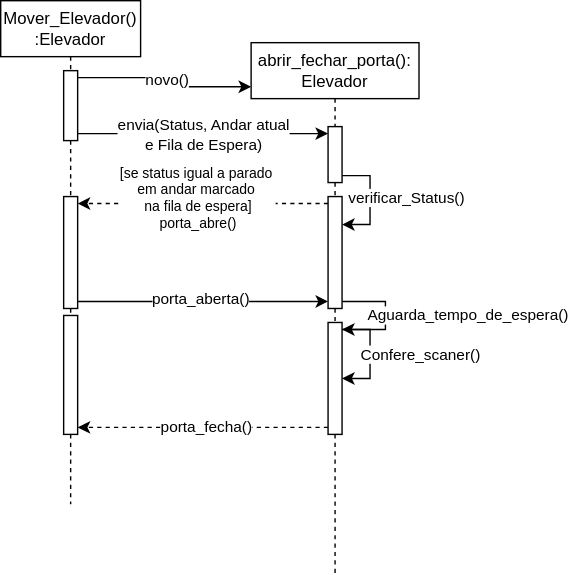
The draw.io diagram Diagrama-Sequencia/Abre_FechaPorta.svg in wholocked1/Projeto-2-modelagem, before a commit. Source tidied: cells renumbered, new cells last; positions are measured from the earlier drawing's top-left corner, leaving out a move shared by most shapes. Its diagram source:
```xml
<mxGraphModel background="#ffffff">
  <root>
    <mxCell id="0" />
    <mxCell id="1" parent="0" />
    <mxCell id="2" value="Mover_Elevador()&lt;div&gt;:Elevador&lt;/div&gt;" style="shape=umlLifeline;perimeter=lifelinePerimeter;whiteSpace=wrap;html=1;newEdgeStyle={&quot;curved&quot;:0,&quot;rounded&quot;:0};" parent="1" vertex="1">
      <mxGeometry width="100" height="360" as="geometry" />
    </mxCell>
    <mxCell id="3" style="html=1;points=[[0,0,0,0,5],[0,1,0,0,-5],[1,0,0,0,5],[1,1,0,0,-5]];perimeter=orthogonalPerimeter;outlineConnect=0;targetShapes=umlLifeline;portConstraint=eastwest;newEdgeStyle={&quot;curved&quot;:0,&quot;rounded&quot;:0};" parent="2" vertex="1">
      <mxGeometry x="45" y="225" width="10" height="85" as="geometry" />
    </mxCell>
    <mxCell id="4" value="abrir_fechar_porta(): Elevador" style="shape=umlLifeline;perimeter=lifelinePerimeter;whiteSpace=wrap;html=1;outlineConnect=0;portConstraint=eastwest;newEdgeStyle={&quot;curved&quot;:0,&quot;rounded&quot;:0};" parent="1" vertex="1">
      <mxGeometry x="179" y="30" width="120" height="380" as="geometry" />
    </mxCell>
    <mxCell id="5" style="edgeStyle=orthogonalEdgeStyle;rounded=0;jettySize=auto;html=1;curved=0;exitX=1;exitY=1;exitDx=0;exitDy=-5;exitPerimeter=0;" parent="4" edge="1" source="7" target="8">
      <mxGeometry relative="1" as="geometry">
        <Array as="points">
          <mxPoint x="85" y="95" />
          <mxPoint x="85" y="130" />
        </Array>
      </mxGeometry>
    </mxCell>
    <mxCell id="6" value="verificar_Status()" style="edgeLabel;html=1;align=center;verticalAlign=middle;" parent="5" vertex="1">
      <mxGeometry x="0.13" y="1" relative="1" as="geometry">
        <mxPoint x="24" y="-7" as="offset" />
      </mxGeometry>
    </mxCell>
    <mxCell id="7" style="html=1;points=[[0,0,0,0,5],[0,1,0,0,-5],[1,0,0,0,5],[1,1,0,0,-5]];perimeter=orthogonalPerimeter;outlineConnect=0;targetShapes=umlLifeline;portConstraint=eastwest;newEdgeStyle={&quot;curved&quot;:0,&quot;rounded&quot;:0};" parent="4" vertex="1">
      <mxGeometry x="55" y="60" width="10" height="40" as="geometry" />
    </mxCell>
    <mxCell id="8" style="html=1;points=[[0,0,0,0,5],[0,1,0,0,-5],[1,0,0,0,5],[1,1,0,0,-5]];perimeter=orthogonalPerimeter;outlineConnect=0;targetShapes=umlLifeline;portConstraint=eastwest;newEdgeStyle={&quot;curved&quot;:0,&quot;rounded&quot;:0};" parent="4" vertex="1">
      <mxGeometry x="55" y="110" width="10" height="80" as="geometry" />
    </mxCell>
    <mxCell id="9" style="html=1;points=[[0,0,0,0,5],[0,1,0,0,-5],[1,0,0,0,5],[1,1,0,0,-5]];perimeter=orthogonalPerimeter;outlineConnect=0;targetShapes=umlLifeline;portConstraint=eastwest;newEdgeStyle={&quot;curved&quot;:0,&quot;rounded&quot;:0};" parent="4" vertex="1">
      <mxGeometry x="55" y="200" width="10" height="80" as="geometry" />
    </mxCell>
    <mxCell id="10" style="edgeStyle=orthogonalEdgeStyle;rounded=0;jettySize=auto;html=1;curved=0;exitX=1;exitY=1;exitDx=0;exitDy=-5;exitPerimeter=0;entryX=1;entryY=0;entryDx=0;entryDy=5;entryPerimeter=0;" parent="4" edge="1" source="8" target="9">
      <mxGeometry relative="1" as="geometry">
        <Array as="points">
          <mxPoint x="96" y="185" />
          <mxPoint x="96" y="205" />
        </Array>
      </mxGeometry>
    </mxCell>
    <mxCell id="11" value="Aguarda_tempo_de_espera()" style="edgeLabel;html=1;align=center;verticalAlign=middle;" parent="10" vertex="1">
      <mxGeometry x="0.03" relative="1" as="geometry">
        <mxPoint x="58" y="-2" as="offset" />
      </mxGeometry>
    </mxCell>
    <mxCell id="12" style="edgeStyle=orthogonalEdgeStyle;rounded=0;orthogonalLoop=1;jettySize=auto;html=1;curved=0;exitX=1;exitY=0;exitDx=0;exitDy=5;exitPerimeter=0;" parent="4" edge="1" source="9" target="9">
      <mxGeometry relative="1" as="geometry" />
    </mxCell>
    <mxCell id="13" value="Confere_scaner()" style="edgeLabel;html=1;align=center;verticalAlign=middle;" parent="12" vertex="1">
      <mxGeometry y="-1" relative="1" as="geometry">
        <mxPoint x="36" as="offset" />
      </mxGeometry>
    </mxCell>
    <mxCell id="14" style="edgeStyle=orthogonalEdgeStyle;rounded=0;jettySize=auto;html=1;curved=0;exitX=1;exitY=0;exitDx=0;exitDy=5;exitPerimeter=0;entryX=0;entryY=0.083;entryDx=0;entryDy=0;entryPerimeter=0;" parent="1" edge="1" source="20" target="4">
      <mxGeometry relative="1" as="geometry" />
    </mxCell>
    <mxCell id="15" value="novo()" style="edgeLabel;html=1;align=center;verticalAlign=middle;" parent="14" vertex="1">
      <mxGeometry x="-0.04" y="1" relative="1" as="geometry" />
    </mxCell>
    <mxCell id="16" style="edgeStyle=orthogonalEdgeStyle;rounded=0;jettySize=auto;html=1;curved=0;exitX=1;exitY=1;exitDx=0;exitDy=-5;exitPerimeter=0;entryX=0;entryY=0;entryDx=0;entryDy=5;entryPerimeter=0;" parent="1" edge="1" source="20" target="7">
      <mxGeometry relative="1" as="geometry" />
    </mxCell>
    <mxCell id="17" value="envia(Status, Andar atual&lt;div&gt;e Fila de Espera)&lt;/div&gt;" style="edgeLabel;html=1;align=center;verticalAlign=middle;" parent="16" vertex="1">
      <mxGeometry x="-0.01" relative="1" as="geometry" />
    </mxCell>
    <mxCell id="18" style="edgeStyle=orthogonalEdgeStyle;rounded=0;jettySize=auto;html=1;curved=0;exitX=0;exitY=0;exitDx=0;exitDy=5;exitPerimeter=0;entryX=1;entryY=0;entryDx=0;entryDy=5;entryPerimeter=0;dashed=1;" parent="1" edge="1" source="8" target="21">
      <mxGeometry relative="1" as="geometry" />
    </mxCell>
    <mxCell id="19" value="&lt;font style=&quot;font-size: 10px;&quot;&gt;[se status igual a parado&amp;nbsp;&lt;/font&gt;&lt;div style=&quot;font-size: 10px;&quot;&gt;&lt;font style=&quot;font-size: 10px;&quot;&gt;em andar marcado&amp;nbsp;&lt;/font&gt;&lt;/div&gt;&lt;div style=&quot;font-size: 10px;&quot;&gt;&lt;font style=&quot;font-size: 10px;&quot;&gt;na fila de espera]&lt;/font&gt;&lt;/div&gt;&lt;div style=&quot;font-size: 10px;&quot;&gt;&lt;font style=&quot;font-size: 10px;&quot;&gt;porta_abre()&lt;/font&gt;&lt;/div&gt;" style="edgeLabel;html=1;align=center;verticalAlign=middle;" parent="18" vertex="1">
      <mxGeometry x="0.09" y="-1" relative="1" as="geometry">
        <mxPoint x="4" y="-4" as="offset" />
      </mxGeometry>
    </mxCell>
    <mxCell id="20" style="html=1;points=[[0,0,0,0,5],[0,1,0,0,-5],[1,0,0,0,5],[1,1,0,0,-5]];perimeter=orthogonalPerimeter;outlineConnect=0;targetShapes=umlLifeline;portConstraint=eastwest;newEdgeStyle={&quot;curved&quot;:0,&quot;rounded&quot;:0};" parent="1" vertex="1">
      <mxGeometry x="45" y="50" width="10" height="50" as="geometry" />
    </mxCell>
    <mxCell id="21" style="html=1;points=[[0,0,0,0,5],[0,1,0,0,-5],[1,0,0,0,5],[1,1,0,0,-5]];perimeter=orthogonalPerimeter;outlineConnect=0;targetShapes=umlLifeline;portConstraint=eastwest;newEdgeStyle={&quot;curved&quot;:0,&quot;rounded&quot;:0};" parent="1" vertex="1">
      <mxGeometry x="45" y="140" width="10" height="80" as="geometry" />
    </mxCell>
    <mxCell id="22" style="edgeStyle=orthogonalEdgeStyle;rounded=0;jettySize=auto;html=1;curved=0;exitX=1;exitY=1;exitDx=0;exitDy=-5;exitPerimeter=0;entryX=0;entryY=1;entryDx=0;entryDy=-5;entryPerimeter=0;" parent="1" edge="1" source="21" target="8">
      <mxGeometry relative="1" as="geometry" />
    </mxCell>
    <mxCell id="23" value="porta_aberta()" style="edgeLabel;html=1;align=center;verticalAlign=middle;" parent="22" vertex="1">
      <mxGeometry x="-0.03" y="3" relative="1" as="geometry" />
    </mxCell>
    <mxCell id="24" style="edgeStyle=orthogonalEdgeStyle;rounded=0;jettySize=auto;html=1;curved=0;exitX=0;exitY=1;exitDx=0;exitDy=-5;exitPerimeter=0;entryX=1;entryY=1;entryDx=0;entryDy=-5;entryPerimeter=0;dashed=1;" parent="1" edge="1" source="9" target="3">
      <mxGeometry relative="1" as="geometry" />
    </mxCell>
    <mxCell id="25" value="porta_fecha()" style="edgeLabel;html=1;align=center;verticalAlign=middle;" parent="24" vertex="1">
      <mxGeometry x="-0.05" y="2" relative="1" as="geometry">
        <mxPoint x="-3" y="-3" as="offset" />
      </mxGeometry>
    </mxCell>
  </root>
</mxGraphModel>
```
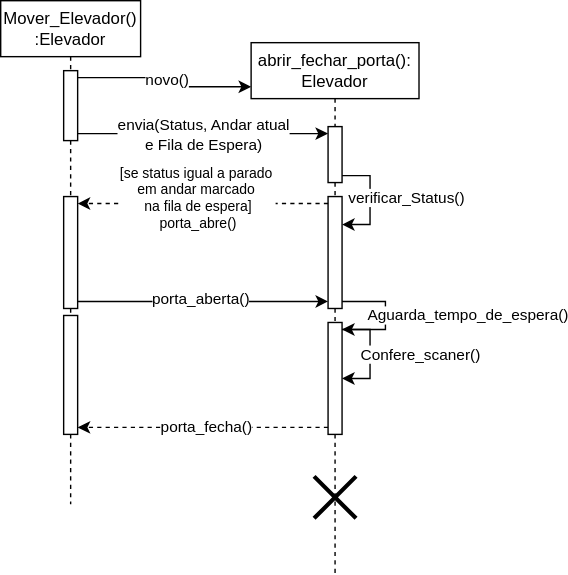
After the change.

What changed in the source:
```diff
@@ -54,6 +54,9 @@
         <mxPoint x="36" as="offset" />
       </mxGeometry>
     </mxCell>
+    <mxCell id="26" style="shape=umlDestroy;whiteSpace=wrap;html=1;strokeWidth=3;targetShapes=umlLifeline;" parent="4" vertex="1">
+      <mxGeometry x="45" y="310" width="30" height="30" as="geometry" />
+    </mxCell>
     <mxCell id="14" style="edgeStyle=orthogonalEdgeStyle;rounded=0;jettySize=auto;html=1;curved=0;exitX=1;exitY=0;exitDx=0;exitDy=5;exitPerimeter=0;entryX=0;entryY=0.083;entryDx=0;entryDy=0;entryPerimeter=0;" parent="1" edge="1" source="20" target="4">
       <mxGeometry relative="1" as="geometry" />
     </mxCell>
```
